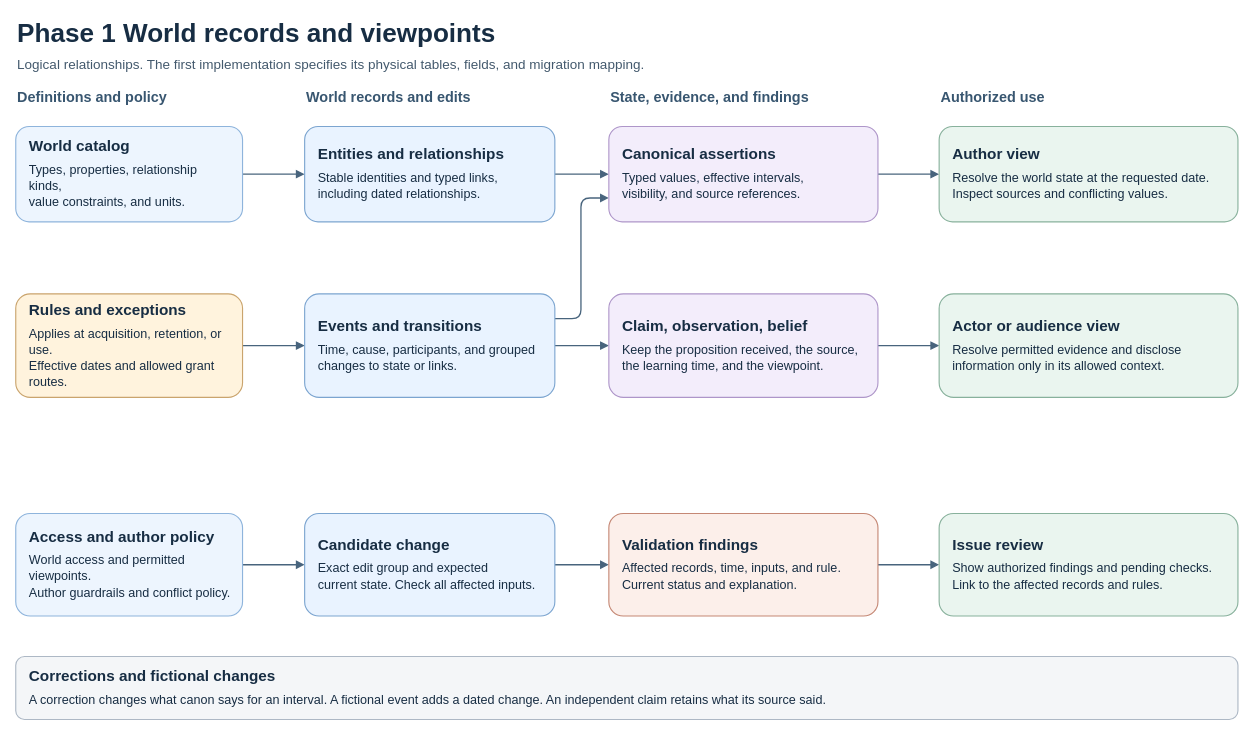
This is page "Phase 1 World records and viewpoints" (2 of 17) of docs/CGS_Codex_Local_Handoff/CGS_First_Playable_Architecture.drawio from DEVdaVinci/CGS-v1, a draw.io file, before an edit. Source tidied: cells renumbered, new cells numbered last; positions are measured from the earlier drawing's top-left corner, leaving out a move shared by most shapes. Both pictures are drawn from the tidied source at 90%, with x=0, y=0 at pixel (15, 15).
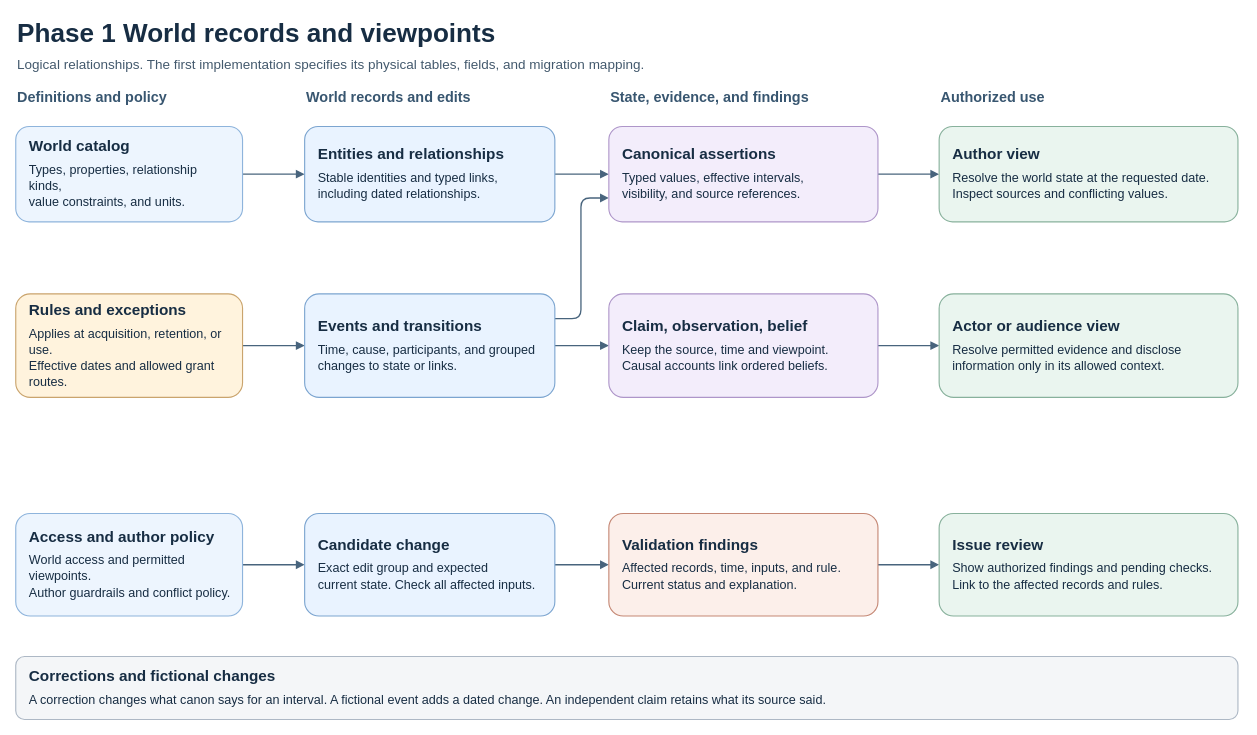
The same page after the edit.

The edit, as a diff of the source:
```diff
@@
-    <mxCell id="25" value="&lt;div style=&quot;font-size:17px;font-weight:bold;margin-bottom:7px&quot;&gt;Claim, observation, belief&lt;/div&gt;&lt;div style=&quot;font-size:14px;line-height:1.28&quot;&gt;Keep the proposition received, the source,&lt;br&gt;the learning time, and the viewpoint.&lt;/div&gt;" style="rounded=1;arcSize=14;whiteSpace=wrap;html=1;align=left;verticalAlign=middle;spacingLeft=13;spacingRight=11;strokeWidth=1.25;fillColor=#F3EDFB;strokeColor=#AE96C9;fontColor=#172D43;fontFamily=Helvetica;fontSize=14;" parent="1" vertex="1">
+    <mxCell id="25" value="&lt;div style=&quot;font-size:17px;font-weight:bold;margin-bottom:7px&quot;&gt;Claim, observation, belief&lt;/div&gt;&lt;div style=&quot;font-size:14px;line-height:1.28&quot;&gt;Keep the source, time and viewpoint.&lt;br&gt;Causal accounts link ordered beliefs.&lt;/div&gt;" style="rounded=1;arcSize=14;whiteSpace=wrap;html=1;align=left;verticalAlign=middle;spacingLeft=13;spacingRight=11;strokeWidth=1.25;fillColor=#F3EDFB;strokeColor=#AE96C9;fontColor=#172D43;fontFamily=Helvetica;fontSize=14;" parent="1" vertex="1">
       <mxGeometry x="659" y="309" width="299" height="115" as="geometry" />
     </mxCell>
```
